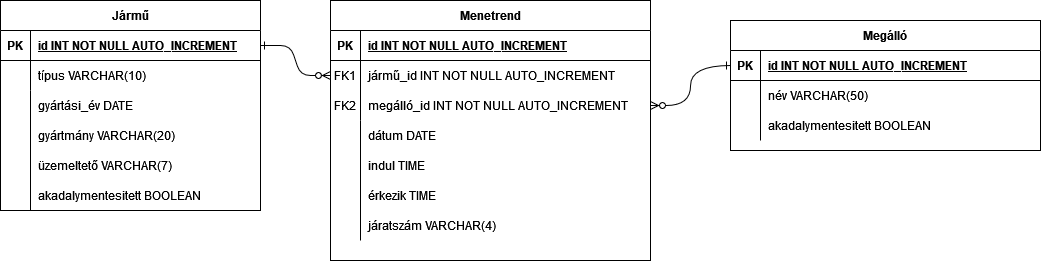
This is közlekedés_er.png from NagyAdamA/adatbazis_proj, a draw.io export, as it was before one commit. Source tidied: cells renumbered, new cells last; positions are measured from the earlier drawing's top-left corner, leaving out a move shared by most shapes. Source of this version:
```xml
<mxGraphModel>
  <root>
    <mxCell id="0" />
    <mxCell id="1" parent="0" />
    <mxCell id="2" style="edgeStyle=entityRelationEdgeStyle;endArrow=ERzeroToMany;startArrow=ERone;endFill=1;startFill=0;" parent="1" edge="1" source="24" target="7">
      <mxGeometry relative="1" as="geometry" />
    </mxCell>
    <mxCell id="3" value="Menetrend" style="shape=table;startSize=30;rowLines=0;fontStyle=1;align=center;" parent="1" vertex="1">
      <mxGeometry x="330" width="320" height="260" as="geometry" />
    </mxCell>
    <mxCell id="4" style="shape=partialRectangle;fillColor=none;top=0;left=0;right=0;bottom=1;" parent="3" vertex="1">
      <mxGeometry y="30" width="320" height="30" as="geometry" />
    </mxCell>
    <mxCell id="5" value="PK" style="shape=partialRectangle;overflow=hidden;fillColor=none;top=0;left=0;bottom=0;right=0;fontStyle=1;" parent="4" vertex="1">
      <mxGeometry width="30" height="30" as="geometry" />
    </mxCell>
    <mxCell id="6" value="id INT NOT NULL AUTO_INCREMENT" style="shape=partialRectangle;overflow=hidden;fillColor=none;top=0;left=0;bottom=0;right=0;align=left;spacingLeft=6;fontStyle=5;" parent="4" vertex="1">
      <mxGeometry x="30" width="290" height="30" as="geometry" />
    </mxCell>
    <mxCell id="7" style="shape=partialRectangle;fillColor=none;points=[[0,0.5],[1,0.5]];portConstraint=eastwest;top=0;left=0;right=0;bottom=0;" parent="3" vertex="1">
      <mxGeometry y="60" width="320" height="30" as="geometry" />
    </mxCell>
    <mxCell id="8" value="FK1" style="shape=partialRectangle;overflow=hidden;fillColor=none;top=0;left=0;bottom=0;right=0;" parent="7" vertex="1">
      <mxGeometry width="30" height="30" as="geometry" />
    </mxCell>
    <mxCell id="9" value="jármű_id INT NOT NULL AUTO_INCREMENT" style="shape=partialRectangle;overflow=hidden;fillColor=none;top=0;left=0;bottom=0;right=0;align=left;spacingLeft=6;" parent="7" vertex="1">
      <mxGeometry x="30" width="290" height="30" as="geometry" />
    </mxCell>
    <mxCell id="10" style="shape=partialRectangle;fillColor=none;points=[[0,0.5],[1,0.5]];portConstraint=eastwest;top=0;left=0;right=0;bottom=0;" parent="3" vertex="1">
      <mxGeometry y="90" width="320" height="30" as="geometry" />
    </mxCell>
    <mxCell id="11" value="FK2" style="shape=partialRectangle;overflow=hidden;fillColor=none;top=0;left=0;bottom=0;right=0;" parent="10" vertex="1">
      <mxGeometry width="30" height="30" as="geometry" />
    </mxCell>
    <mxCell id="12" value="megálló_id INT NOT NULL AUTO_INCREMENT" style="shape=partialRectangle;overflow=hidden;fillColor=none;top=0;left=0;bottom=0;right=0;align=left;spacingLeft=6;" parent="10" vertex="1">
      <mxGeometry x="30" width="290" height="30" as="geometry" />
    </mxCell>
    <mxCell id="13" value="Megálló" style="shape=table;startSize=30;rowLines=0;fontStyle=1;align=center;" parent="1" vertex="1">
      <mxGeometry x="730" y="20" width="310" height="130" as="geometry" />
    </mxCell>
    <mxCell id="14" style="shape=partialRectangle;fillColor=none;points=[[0,0.5],[1,0.5]];portConstraint=eastwest;top=0;left=0;right=0;bottom=1;" parent="13" vertex="1">
      <mxGeometry y="30" width="310" height="30" as="geometry" />
    </mxCell>
    <mxCell id="15" value="PK" style="shape=partialRectangle;overflow=hidden;fillColor=none;top=0;left=0;bottom=0;right=0;fontStyle=1;" parent="14" vertex="1">
      <mxGeometry width="30" height="30" as="geometry" />
    </mxCell>
    <mxCell id="16" value="id INT NOT NULL AUTO_INCREMENT" style="shape=partialRectangle;overflow=hidden;fillColor=none;top=0;left=0;bottom=0;right=0;align=left;spacingLeft=6;fontStyle=5;" parent="14" vertex="1">
      <mxGeometry x="30" width="280" height="30" as="geometry" />
    </mxCell>
    <mxCell id="17" style="shape=partialRectangle;fillColor=none;top=0;left=0;right=0;bottom=0;" parent="13" vertex="1">
      <mxGeometry y="60" width="310" height="30" as="geometry" />
    </mxCell>
    <mxCell id="18" style="shape=partialRectangle;overflow=hidden;fillColor=none;top=0;left=0;bottom=0;right=0;" parent="17" vertex="1">
      <mxGeometry width="30" height="30" as="geometry" />
    </mxCell>
    <mxCell id="19" value="név VARCHAR(50)" style="shape=partialRectangle;overflow=hidden;fillColor=none;top=0;left=0;bottom=0;right=0;align=left;spacingLeft=6;" parent="17" vertex="1">
      <mxGeometry x="30" width="280" height="30" as="geometry" />
    </mxCell>
    <mxCell id="20" style="shape=partialRectangle;fillColor=none;top=0;left=0;right=0;bottom=0;" parent="13" vertex="1">
      <mxGeometry y="90" width="310" height="30" as="geometry" />
    </mxCell>
    <mxCell id="21" style="shape=partialRectangle;overflow=hidden;fillColor=none;top=0;left=0;bottom=0;right=0;" parent="20" vertex="1">
      <mxGeometry width="30" height="30" as="geometry" />
    </mxCell>
    <mxCell id="22" value="akadalymentesitett BOOLEAN" style="shape=partialRectangle;overflow=hidden;fillColor=none;top=0;left=0;bottom=0;right=0;align=left;spacingLeft=6;" parent="20" vertex="1">
      <mxGeometry x="30" width="280" height="30" as="geometry" />
    </mxCell>
    <mxCell id="23" value="Jármű" style="shape=table;startSize=30;rowLines=0;fontStyle=1;align=center;" parent="1" vertex="1">
      <mxGeometry width="260" height="210" as="geometry" />
    </mxCell>
    <mxCell id="24" style="shape=partialRectangle;fillColor=none;points=[[0,0.5],[1,0.5]];portConstraint=eastwest;top=0;left=0;right=0;bottom=1;" parent="23" vertex="1">
      <mxGeometry y="30" width="260" height="30" as="geometry" />
    </mxCell>
    <mxCell id="25" value="PK" style="shape=partialRectangle;overflow=hidden;fillColor=none;top=0;left=0;bottom=0;right=0;fontStyle=1;" parent="24" vertex="1">
      <mxGeometry width="30" height="30" as="geometry" />
    </mxCell>
    <mxCell id="26" value="id INT NOT NULL AUTO_INCREMENT" style="shape=partialRectangle;overflow=hidden;fillColor=none;top=0;left=0;bottom=0;right=0;align=left;spacingLeft=6;fontStyle=5;" parent="24" vertex="1">
      <mxGeometry x="30" width="230" height="30" as="geometry" />
    </mxCell>
    <mxCell id="27" style="shape=partialRectangle;fillColor=none;top=0;left=0;right=0;bottom=0;" parent="23" vertex="1">
      <mxGeometry y="60" width="260" height="30" as="geometry" />
    </mxCell>
    <mxCell id="28" style="shape=partialRectangle;overflow=hidden;fillColor=none;top=0;left=0;bottom=0;right=0;" parent="27" vertex="1">
      <mxGeometry width="30" height="30" as="geometry" />
    </mxCell>
    <mxCell id="29" value="típus VARCHAR(10)" style="shape=partialRectangle;overflow=hidden;fillColor=none;top=0;left=0;bottom=0;right=0;align=left;spacingLeft=6;" parent="27" vertex="1">
      <mxGeometry x="30" width="230" height="30" as="geometry" />
    </mxCell>
    <mxCell id="30" value="gyártási_év DATE" style="shape=partialRectangle;overflow=hidden;fillColor=none;top=0;left=0;bottom=0;right=0;align=left;spacingLeft=6;strokeColor=default;" parent="1" vertex="1">
      <mxGeometry x="30" y="90" width="220" height="30" as="geometry" />
    </mxCell>
    <mxCell id="31" value="gyártmány VARCHAR(20)" style="shape=partialRectangle;overflow=hidden;fillColor=none;top=0;left=0;bottom=0;right=0;align=left;spacingLeft=6;strokeColor=default;" parent="1" vertex="1">
      <mxGeometry x="30" y="120" width="220" height="30" as="geometry" />
    </mxCell>
    <mxCell id="32" value="üzemeltető VARCHAR(7)" style="shape=partialRectangle;overflow=hidden;fillColor=none;top=0;left=0;bottom=0;right=0;align=left;spacingLeft=6;strokeColor=default;" parent="1" vertex="1">
      <mxGeometry x="30" y="150" width="220" height="30" as="geometry" />
    </mxCell>
    <mxCell id="33" value="akadalymentesitett BOOLEAN" style="shape=partialRectangle;overflow=hidden;fillColor=none;top=0;left=0;bottom=0;right=0;align=left;spacingLeft=6;strokeColor=default;" parent="1" vertex="1">
      <mxGeometry x="30" y="180" width="220" height="30" as="geometry" />
    </mxCell>
    <mxCell id="34" style="endArrow=none;html=1;rounded=0;" parent="1" edge="1">
      <mxGeometry relative="1" as="geometry">
        <mxPoint x="30" y="210" as="sourcePoint" />
        <mxPoint x="30" y="90" as="targetPoint" />
      </mxGeometry>
    </mxCell>
    <mxCell id="35" value="dátum DATE" style="shape=partialRectangle;overflow=hidden;fillColor=none;top=0;left=0;bottom=0;right=0;align=left;spacingLeft=6;" parent="1" vertex="1">
      <mxGeometry x="360" y="120" width="270" height="30" as="geometry" />
    </mxCell>
    <mxCell id="36" value="indul TIME" style="shape=partialRectangle;overflow=hidden;fillColor=none;top=0;left=0;bottom=0;right=0;align=left;spacingLeft=6;" parent="1" vertex="1">
      <mxGeometry x="360" y="150" width="270" height="30" as="geometry" />
    </mxCell>
    <mxCell id="37" value="érkezik TIME" style="shape=partialRectangle;overflow=hidden;fillColor=none;top=0;left=0;bottom=0;right=0;align=left;spacingLeft=6;" parent="1" vertex="1">
      <mxGeometry x="360" y="180" width="270" height="30" as="geometry" />
    </mxCell>
    <mxCell id="38" value="járatszám VARCHAR(4)" style="shape=partialRectangle;overflow=hidden;fillColor=none;top=0;left=0;bottom=0;right=0;align=left;spacingLeft=6;" parent="1" vertex="1">
      <mxGeometry x="360" y="210" width="270" height="30" as="geometry" />
    </mxCell>
    <mxCell id="39" style="endArrow=none;html=1;rounded=0;" parent="1" edge="1">
      <mxGeometry relative="1" as="geometry">
        <mxPoint x="360" y="240" as="sourcePoint" />
        <mxPoint x="360" y="120" as="targetPoint" />
      </mxGeometry>
    </mxCell>
    <mxCell id="40" style="edgeStyle=orthogonalEdgeStyle;fontSize=12;html=1;endArrow=ERone;startArrow=ERzeroToMany;rounded=0;strokeColor=default;startFill=0;endFill=0;exitX=1;exitY=0.5;exitDx=0;exitDy=0;entryX=0;entryY=0.5;entryDx=0;entryDy=0;curved=1;" parent="1" edge="1" source="10" target="14">
      <mxGeometry relative="1" as="geometry" />
    </mxCell>
  </root>
</mxGraphModel>
```
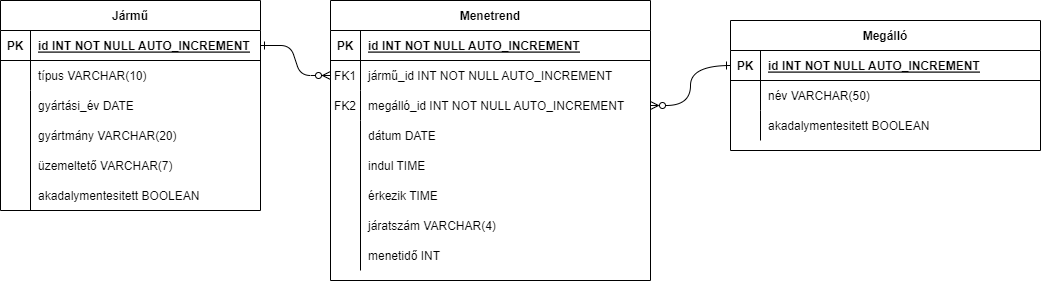
The same file after the commit.

The edit, as a diff of the source:
```diff
@@ -6,7 +6,7 @@
       <mxGeometry relative="1" as="geometry" />
     </mxCell>
     <mxCell id="3" value="Menetrend" style="shape=table;startSize=30;rowLines=0;fontStyle=1;align=center;" parent="1" vertex="1">
-      <mxGeometry x="330" width="320" height="260" as="geometry" />
+      <mxGeometry x="330" width="320" height="280" as="geometry" />
     </mxCell>
     <mxCell id="4" style="shape=partialRectangle;fillColor=none;top=0;left=0;right=0;bottom=1;" parent="3" vertex="1">
       <mxGeometry y="30" width="320" height="30" as="geometry" />
@@ -118,12 +118,15 @@
     </mxCell>
     <mxCell id="39" style="endArrow=none;html=1;rounded=0;" parent="1" edge="1">
       <mxGeometry relative="1" as="geometry">
-        <mxPoint x="360" y="240" as="sourcePoint" />
+        <mxPoint x="360" y="270" as="sourcePoint" />
         <mxPoint x="360" y="120" as="targetPoint" />
       </mxGeometry>
     </mxCell>
     <mxCell id="40" style="edgeStyle=orthogonalEdgeStyle;fontSize=12;html=1;endArrow=ERone;startArrow=ERzeroToMany;rounded=0;strokeColor=default;startFill=0;endFill=0;exitX=1;exitY=0.5;exitDx=0;exitDy=0;entryX=0;entryY=0.5;entryDx=0;entryDy=0;curved=1;" parent="1" edge="1" source="10" target="14">
       <mxGeometry relative="1" as="geometry" />
     </mxCell>
+    <mxCell id="41" value="menetidő INT" style="shape=partialRectangle;overflow=hidden;fillColor=none;top=0;left=0;bottom=0;right=0;align=left;spacingLeft=6;" parent="1" vertex="1">
+      <mxGeometry x="360" y="240" width="270" height="30" as="geometry" />
+    </mxCell>
   </root>
 </mxGraphModel>
```
